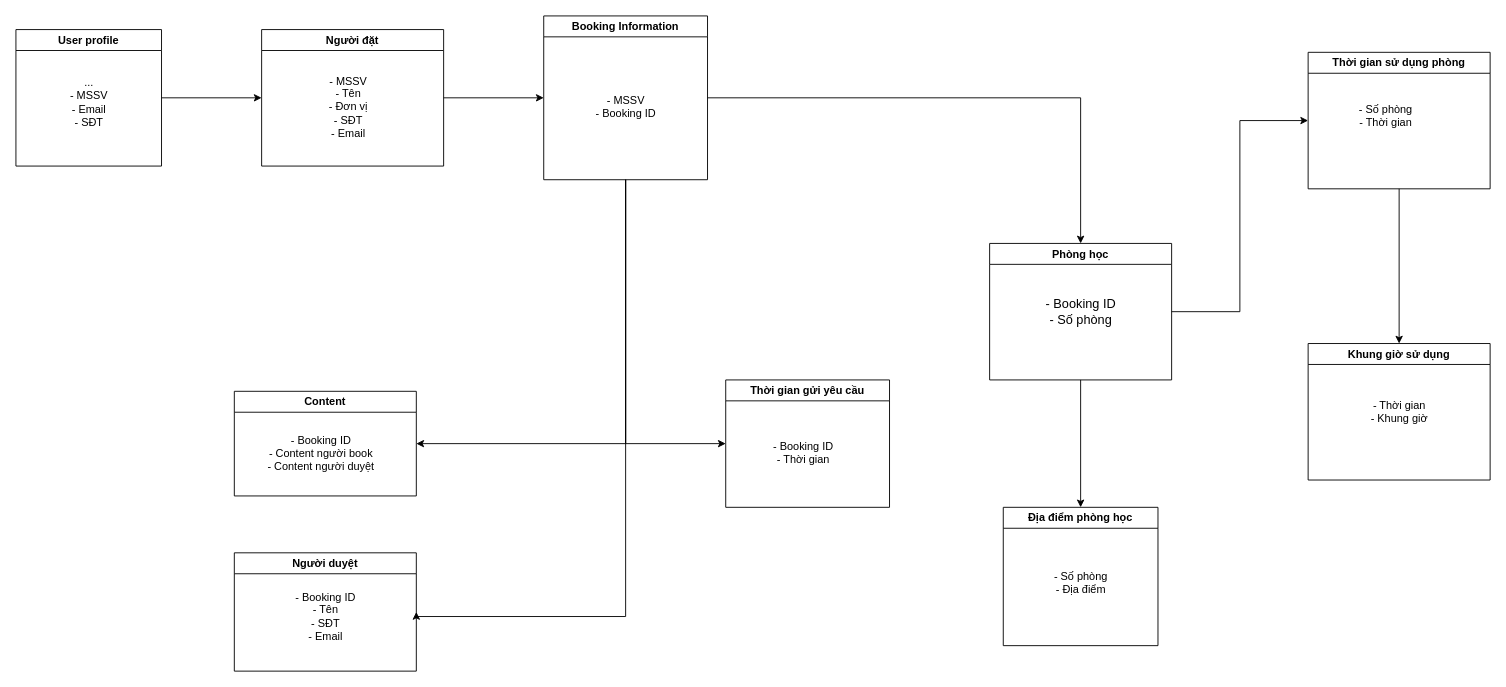
Above: ISTech_DS_Database_Booking_ERD.drawio in vtphuonng/Room_booking_DS (draw.io), before the change. Source tidied: cells renumbered, new cells numbered last; positions are measured from the earlier drawing's top-left corner, leaving out a move shared by most shapes. Both pictures are drawn from the tidied source at 91%, with x=0, y=0 at pixel (15, 15).
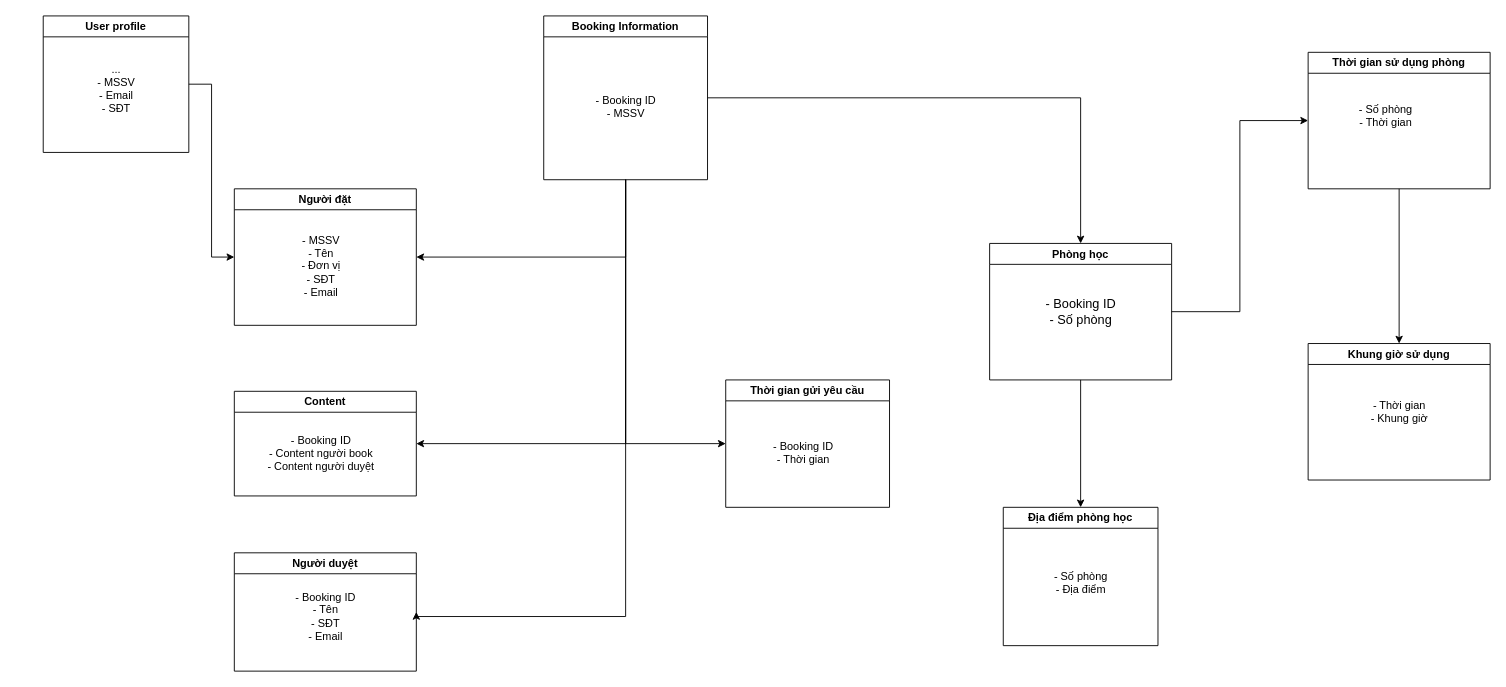
The same diagram, later.

Unchanged cells that the change refers to:
```xml
<mxCell id="17" value="Booking Information" style="swimlane;whiteSpace=wrap;html=1;" parent="1" vertex="1">
  <mxGeometry x="580" width="180" height="180" as="geometry" />
</mxCell>
```

Change to the diagram source:
```diff
@@
-    <mxCell id="6" style="edgeStyle=orthogonalEdgeStyle;rounded=0;jettySize=auto;html=1;entryX=0;entryY=0.5;entryDx=0;entryDy=0;" parent="1" edge="1" source="7" target="17">
-      <mxGeometry relative="1" as="geometry" />
-    </mxCell>
     <mxCell id="7" value="Người đặt" style="swimlane;whiteSpace=wrap;html=1;" parent="1" vertex="1">
-      <mxGeometry x="270" y="15" width="200" height="150" as="geometry" />
+      <mxGeometry x="240" y="190" width="200" height="150" as="geometry" />
     </mxCell>
@@
+    <mxCell id="31" style="edgeStyle=orthogonalEdgeStyle;rounded=0;jettySize=auto;html=1;entryX=1;entryY=0.5;entryDx=0;entryDy=0;exitX=0.5;exitY=1;exitDx=0;exitDy=0;" parent="1" edge="1" source="17" target="7">
+      <mxGeometry relative="1" as="geometry" />
+    </mxCell>
@@
-    <mxCell id="18" value="- MSSV&lt;br&gt;- Booking ID" style="text;html=1;align=center;verticalAlign=middle;strokeColor=none;fillColor=none;" parent="17" vertex="1">
+    <mxCell id="18" value="- Booking ID&lt;br&gt;- MSSV" style="text;html=1;align=center;verticalAlign=middle;strokeColor=none;fillColor=none;" parent="17" vertex="1">
       <mxGeometry x="45" y="80" width="90" height="40" as="geometry" />
     </mxCell>
@@
     <mxCell id="20" value="User profile" style="swimlane;whiteSpace=wrap;html=1;" parent="1" vertex="1">
-      <mxGeometry y="15" width="160" height="150" as="geometry" />
+      <mxGeometry x="30" width="160" height="150" as="geometry" />
     </mxCell>
```
